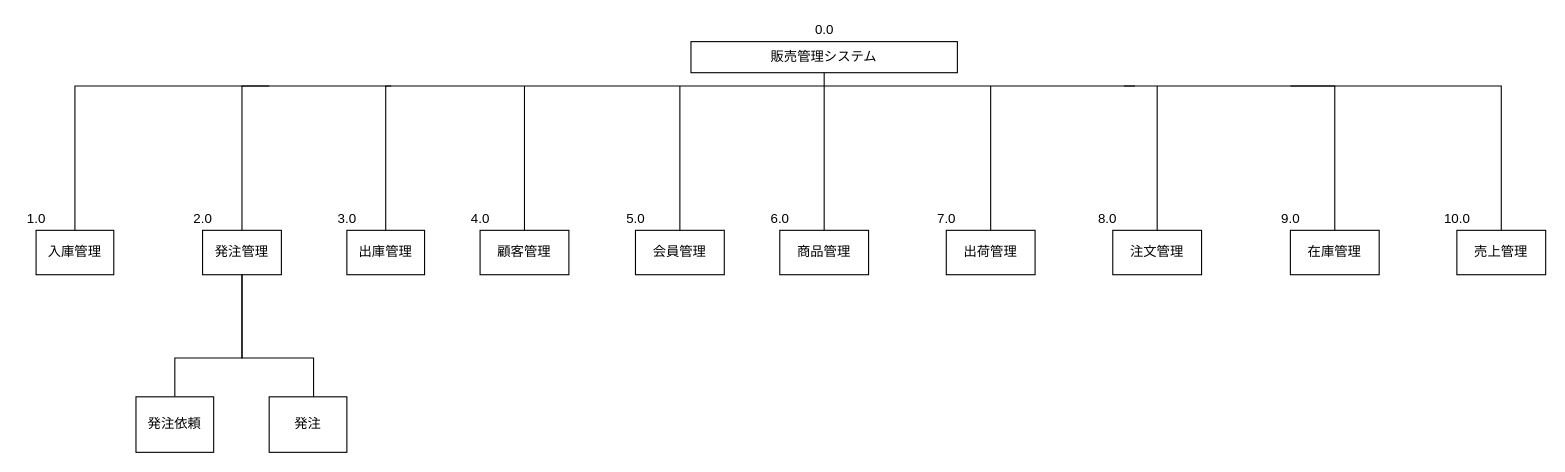
Before: 提出ドキュメント/システム構造図.drawio in Yamanin3/system-devel, a draw.io diagram. Source tidied: cells renumbered, new cells numbered last; positions are measured from the earlier drawing's top-left corner, leaving out a move shared by most shapes. Both pictures are drawn from the tidied source at 111%, with x=0, y=0 at pixel (-70, 19).
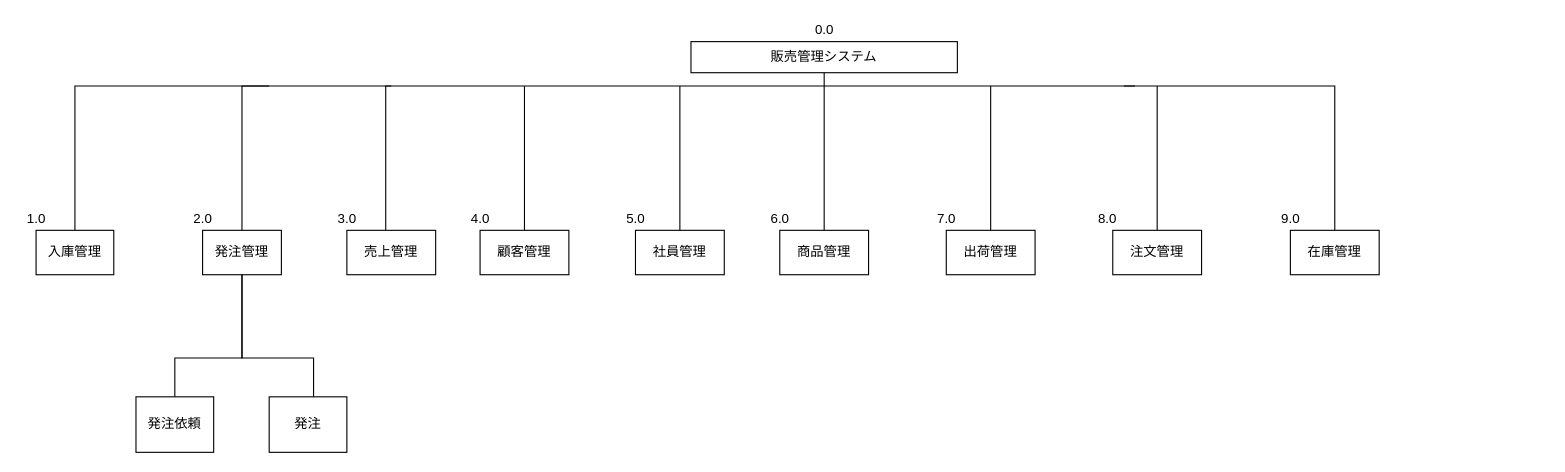
Above is the later version.

Commit message:
出庫管理を削除修正

Diff of the diagram source:
```diff
@@
-    <mxCell id="6" value="会員管理" style="whiteSpace=wrap;html=1;align=center;verticalAlign=middle;rounded=0;" parent="1" vertex="1">
+    <mxCell id="6" value="社員管理" style="whiteSpace=wrap;html=1;align=center;verticalAlign=middle;rounded=0;" parent="1" vertex="1">
       <mxGeometry x="635" y="190" width="80" height="40" as="geometry" />
     </mxCell>
@@
-    <mxCell id="19" value="出庫管理" style="whiteSpace=wrap;html=1;align=center;verticalAlign=middle;" parent="1" vertex="1">
-      <mxGeometry x="375" y="190" width="70" height="40" as="geometry" />
-    </mxCell>
@@
     <mxCell id="37" value="売上管理" style="whiteSpace=wrap;html=1;align=center;verticalAlign=middle;rounded=0;" parent="1" vertex="1">
-      <mxGeometry x="1375" y="190" width="80" height="40" as="geometry" />
+      <mxGeometry x="375" y="190" width="80" height="40" as="geometry" />
     </mxCell>
-    <mxCell id="38" value="10.0" style="text;html=1;align=center;verticalAlign=middle;fillColor=none;strokeColor=none;rounded=0;" parent="1" vertex="1">
-      <mxGeometry x="1355" y="170" width="40" height="20" as="geometry" />
-    </mxCell>
-    <mxCell id="39" style="edgeStyle=elbowEdgeStyle;elbow=vertical;startArrow=none;endArrow=none;rounded=0;entryX=0.5;entryY=0;entryDx=0;entryDy=0;" parent="1" edge="1">
-      <mxGeometry relative="1" as="geometry">
-        <mxPoint x="1225" y="60" as="sourcePoint" />
-        <mxPoint x="1415" y="190" as="targetPoint" />
-        <Array as="points">
-          <mxPoint x="1375" y="60" />
-          <mxPoint x="1495" y="60" />
-          <mxPoint x="1275" y="60" />
-          <mxPoint x="1385" y="60" />
-        </Array>
-      </mxGeometry>
-    </mxCell>
```
